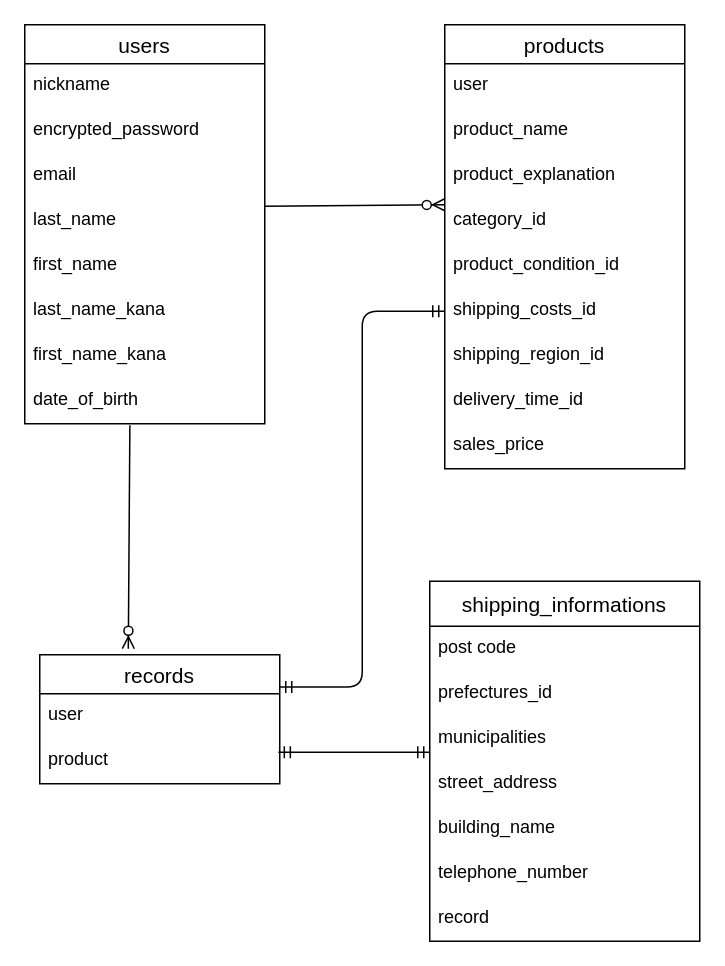
Earlier version of the draw.io diagram test.dio (jbt21050/furima-41692). Source tidied: cells renumbered, new cells numbered last; positions are measured from the earlier drawing's top-left corner, leaving out a move shared by most shapes. Both pictures are drawn from the tidied source at 150%, with x=0, y=0 at pixel (24, 24).
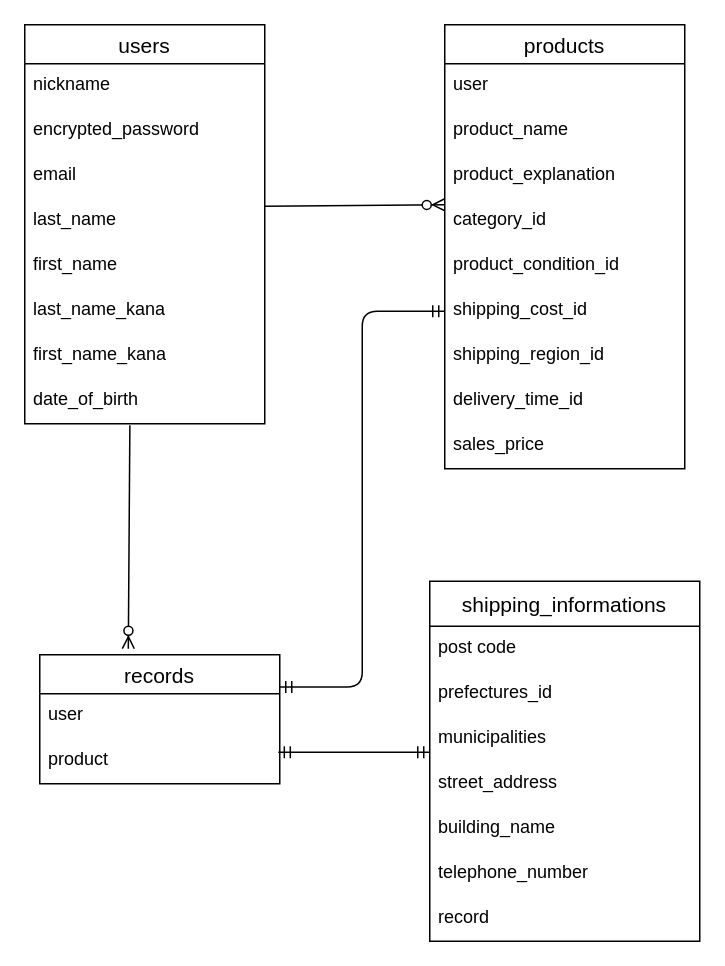
The same page after the edit.

Commit message (it also covers changes not shown here):
ER図などの微調整

The change refers to these unchanged cells:
```xml
<mxCell id="2" value="products" style="swimlane;fontStyle=0;horizontal=1;startSize=26;align=center;fontSize=14;" parent="1" vertex="1">
  <mxGeometry x="280" width="160" height="296" as="geometry" />
</mxCell>
```

Change to the diagram source:
```diff
@@
-    <mxCell id="8" value="shipping_costs_id" style="text;strokeColor=none;fillColor=none;spacingLeft=4;spacingRight=4;overflow=hidden;points=[[0,0.5],[1,0.5]];portConstraint=eastwest;fontSize=12;" parent="2" vertex="1">
+    <mxCell id="8" value="shipping_cost_id" style="text;strokeColor=none;fillColor=none;spacingLeft=4;spacingRight=4;overflow=hidden;points=[[0,0.5],[1,0.5]];portConstraint=eastwest;fontSize=12;" parent="2" vertex="1">
       <mxGeometry y="176" width="160" height="30" as="geometry" />
     </mxCell>
```
